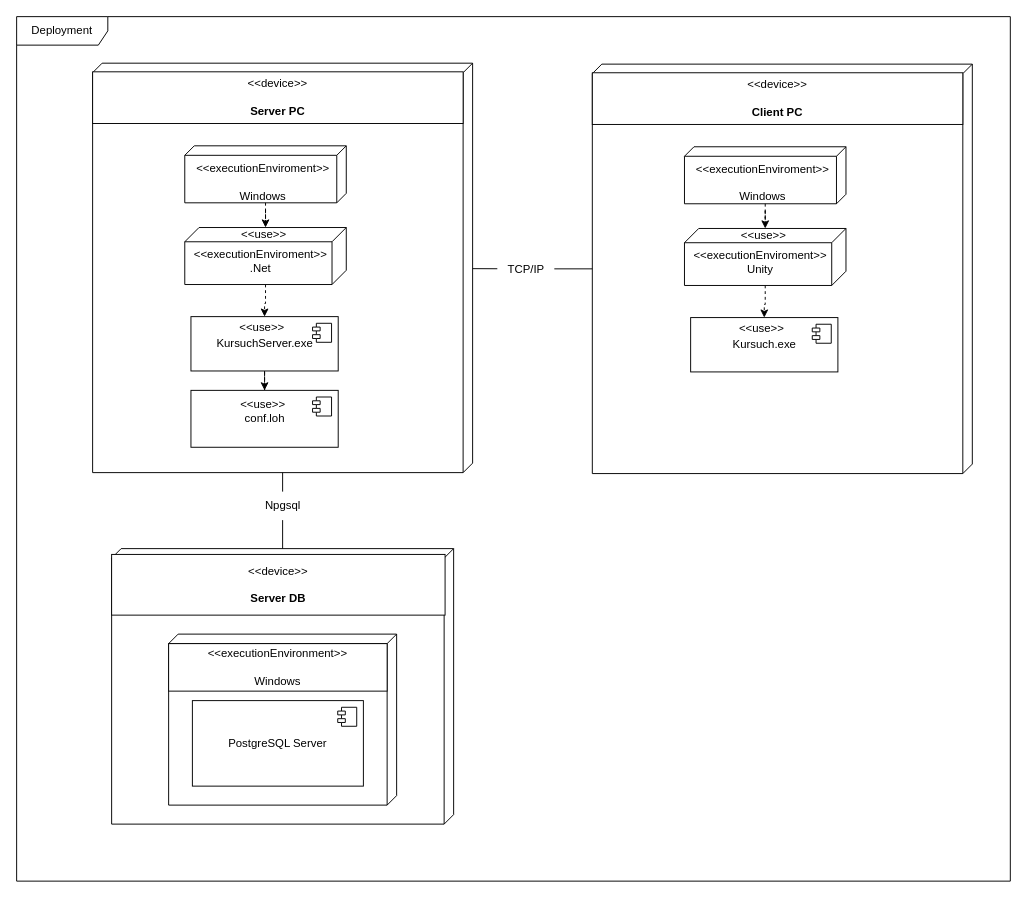
This is coursework/diagrams/Развёртываю.drawio from ThomasCharester/KursuchShop, a draw.io file, before an edit. Source tidied: cells renumbered, new cells numbered last; positions are measured from the earlier drawing's top-left corner, leaving out a move shared by most shapes. Both pictures are drawn from the tidied source at 95%, with x=0, y=0 at pixel (16, 16).
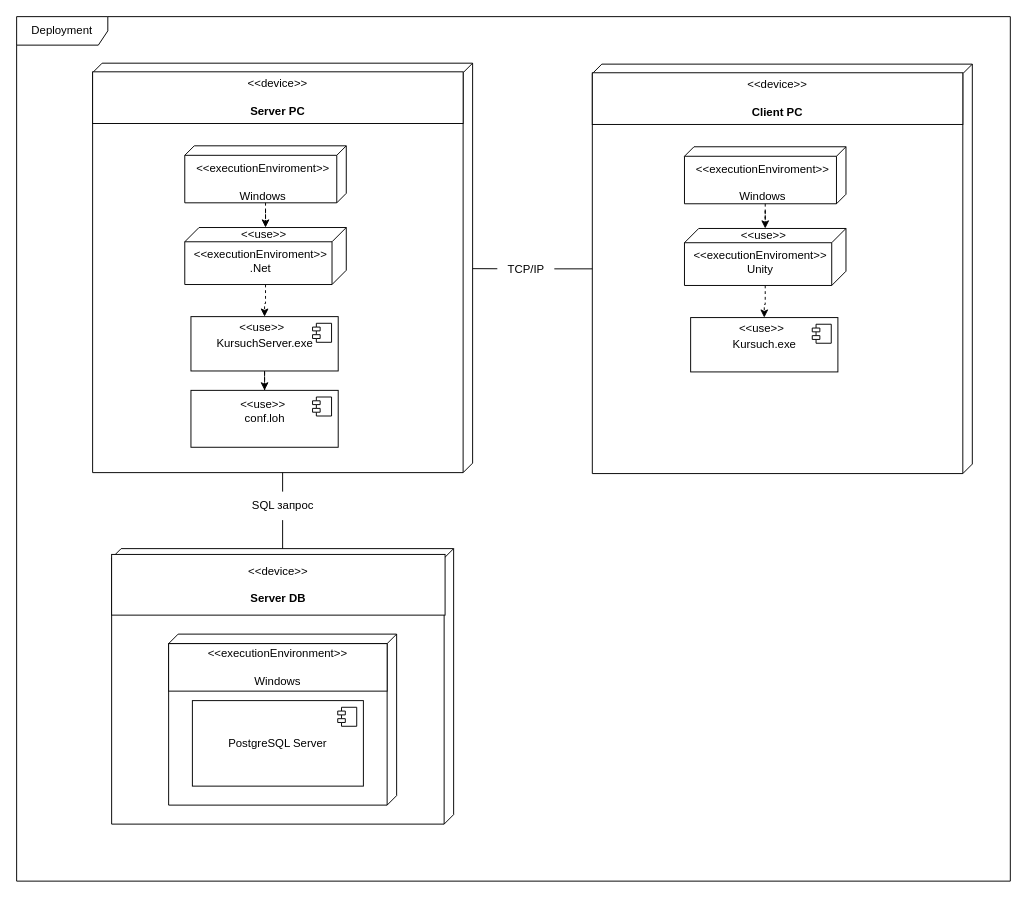
After the change.

Diff of the diagram source:
```diff
@@
-    <mxCell id="29" value="Npgsql" style="text;html=1;align=center;verticalAlign=middle;points=[];strokeColor=none;fillColor=none;" parent="1" vertex="1">
-      <mxGeometry x="250" y="500" width="60" height="30" as="geometry" />
+    <mxCell id="29" value="SQL запрос" style="text;html=1;align=center;verticalAlign=middle;points=[];strokeColor=none;fillColor=none;" parent="1" vertex="1">
+      <mxGeometry x="235" y="500" width="90" height="30" as="geometry" />
     </mxCell>
```
